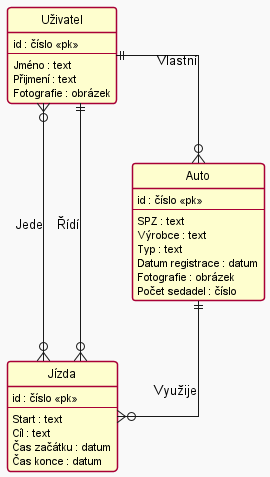
The PlantUML diagram docs/entityrelation.png in PistaMista/ics-2022-project, before a commit. Its diagram source:
```plantuml
@startuml entityrelation
!theme mars
hide circle
skinparam linetype ortho

entity "Uživatel" as user {
    id : číslo <<pk>>
    --
    Jméno : text
    Přijmení : text
    Fotografie : obrázek
}

entity "Jízda" as ride {
    id : číslo <<pk>>
    --
    Start : text
    Cíl : text
    Čas začátku : datum
    Čas konce : datum
}

entity "Auto" as car {
    id : číslo <<pk>>
    --
    SPZ : text
    Výrobce : text
    Typ : text
    Datum registrace : datum
    Fotografie : obrázek
    Počet sedadel : číslo
}

user ||--o{ car : Vlastní
car ||--o{ ride : Využije
user ||--o{ ride : Řídí
user }o--o{ ride : Jede
@enduml
```
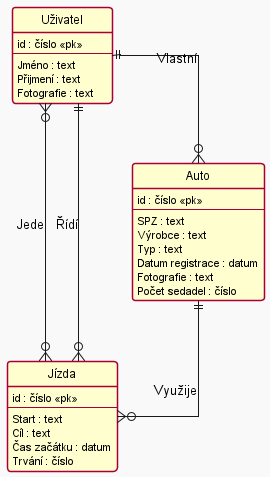
The same file after the commit.

Diff of the diagram source:
```diff
@@ -8,7 +8,7 @@
     --
     Jméno : text
     Přijmení : text
-    Fotografie : obrázek
+    Fotografie : text
 }
 
 entity "Jízda" as ride {
@@ -17,7 +17,7 @@
     Start : text
     Cíl : text
     Čas začátku : datum
-    Čas konce : datum
+    Trvání : číslo
 }
 
 entity "Auto" as car {
@@ -27,7 +27,7 @@
     Výrobce : text
     Typ : text
     Datum registrace : datum
-    Fotografie : obrázek
+    Fotografie : text
     Počet sedadel : číslo
 }
 
```
